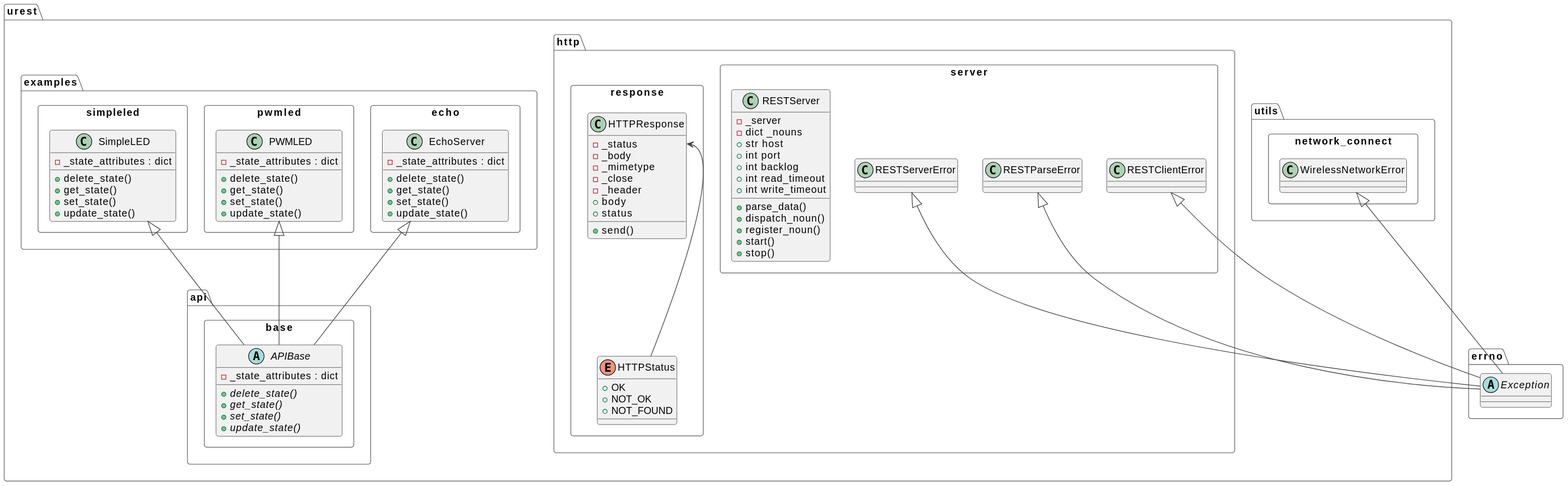
Before: docs/media/urest.svg, a diagram exported from PlantUML (dlove24/urest). Source of this version:
```plantuml
@startuml
!theme vibrant
namespace urest {
    namespace api {
        namespace base <<Rectangle>> {
            abstract class APIBase {
                - _state_attributes : dict
                {abstract} + delete_state()
                {abstract} + get_state()
                {abstract} + set_state()
                {abstract} + update_state()
            }
        }

    }
    namespace http {
        namespace response <<Rectangle>> {
            class HTTPResponse {
                - _status
                - _body
                - _mimetype
                - _close
                - _header
                + body
                + status
                + send()
            }
            enum HTTPStatus {
                + OK
                + NOT_OK
                + NOT_FOUND
            }
        }
        namespace server <<Rectangle>> {
            class RESTClientError {
            }
            class RESTParseError {
            }
            class RESTServerError {
            }

            class RESTServer {
                - _server
                - dict _nouns
                + str host
                + int port
                + int backlog
                + int read_timeout
                + int write_timeout

                + parse_data()
                + dispatch_noun()
                + register_noun()
                + start()
                + stop()
            }
        }
    }
    namespace utils {
        namespace network_connect <<Rectangle>> {
            class WirelessNetworkError {
            }
        }
    }
    namespace examples {
        namespace echo <<Rectangle>> {
            class EchoServer {
                - _state_attributes : dict
                + delete_state()
                + get_state()
                + set_state()
                + update_state()
            }
        }
        namespace pwmled <<Rectangle>> {
            class PWMLED {
                - _state_attributes : dict
                + delete_state()
                + get_state()
                + set_state()
                + update_state()
            }
        }
        namespace simpleled <<Rectangle>> {
            class SimpleLED {
                - _state_attributes : dict
                + delete_state()
                + get_state()
                + set_state()
                + update_state()
            }
        }
    }
}
namespace errno {
    abstract class Exception {
    }
}

urest.http.response.HTTPResponse::_status <-- urest.http.response.HTTPStatus

urest.http.server.RESTClientError <|-- errno.Exception
urest.http.server.RESTParseError <|-- errno.Exception
urest.http.server.RESTServerError <|-- errno.Exception

urest.utils.network_connect.WirelessNetworkError <|-- errno.Exception

urest.examples.echo.EchoServer <|-- urest.api.base.APIBase
urest.examples.pwmled.PWMLED <|-- urest.api.base.APIBase
urest.examples.simpleled.SimpleLED <|-- urest.api.base.APIBase
@enduml
```
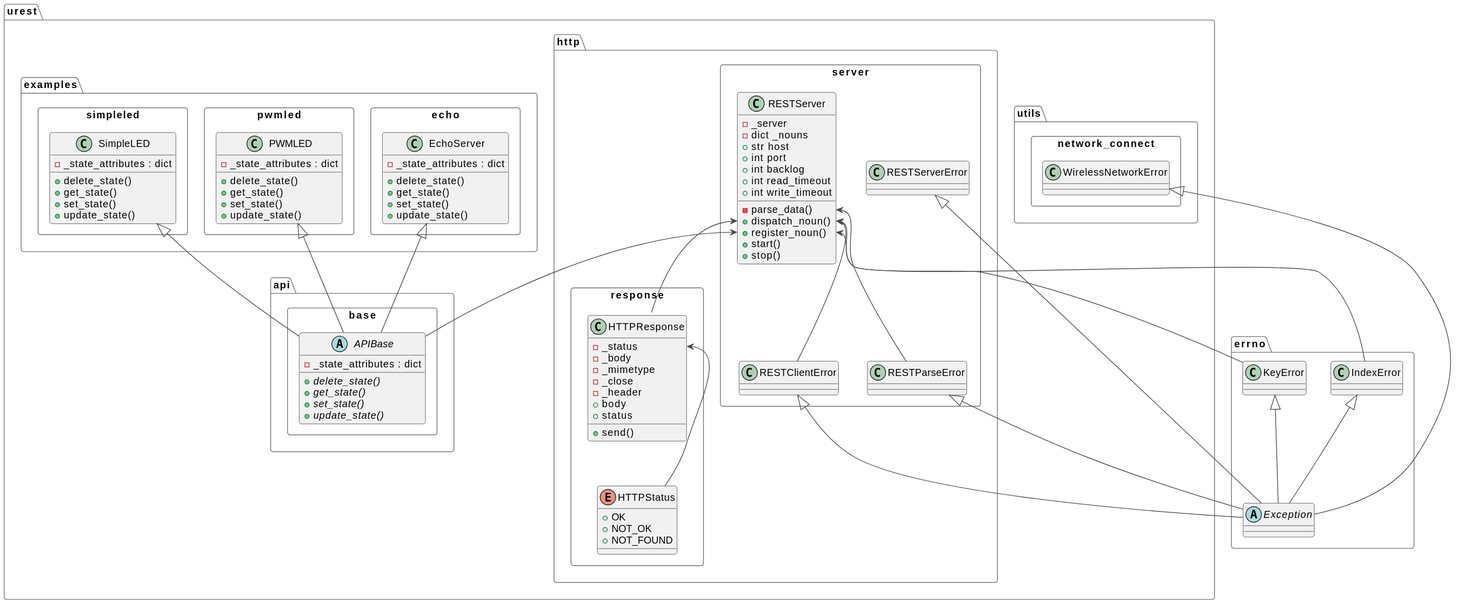
Later version of the same file.

Commit message:
Remove 'parse_data()' from the public API of the 'RESTServer'

What changed in the source:
```diff
@@ -48,7 +48,7 @@
                 + int read_timeout
                 + int write_timeout
 
-                + parse_data()
+                - parse_data()
                 + dispatch_noun()
                 + register_noun()
                 + start()
@@ -95,7 +95,14 @@
 namespace errno {
     abstract class Exception {
     }
+    class IndexError {
+    }
+    class KeyError {
+    }
 }
+
+errno.IndexError <|-- errno.Exception
+errno.KeyError <|-- errno.Exception
 
 urest.http.response.HTTPResponse::_status <-- urest.http.response.HTTPStatus
 
@@ -103,6 +110,13 @@
 urest.http.server.RESTParseError <|-- errno.Exception
 urest.http.server.RESTServerError <|-- errno.Exception
 
+urest.http.server.RESTServer::dispatch_noun <-- urest.http.response.HTTPResponse
+urest.http.server.RESTServer::dispatch_noun <-- urest.http.server.RESTClientError
+urest.http.server.RESTServer::dispatch_noun <-- errno.IndexError
+urest.http.server.RESTServer::register_noun <-- urest.api.base.APIBase
+urest.http.server.RESTServer::register_noun <-- errno.KeyError
+urest.http.server.RESTServer::parse_data <-- urest.http.server.RESTParseError
+
 urest.utils.network_connect.WirelessNetworkError <|-- errno.Exception
 
 urest.examples.echo.EchoServer <|-- urest.api.base.APIBase
```
